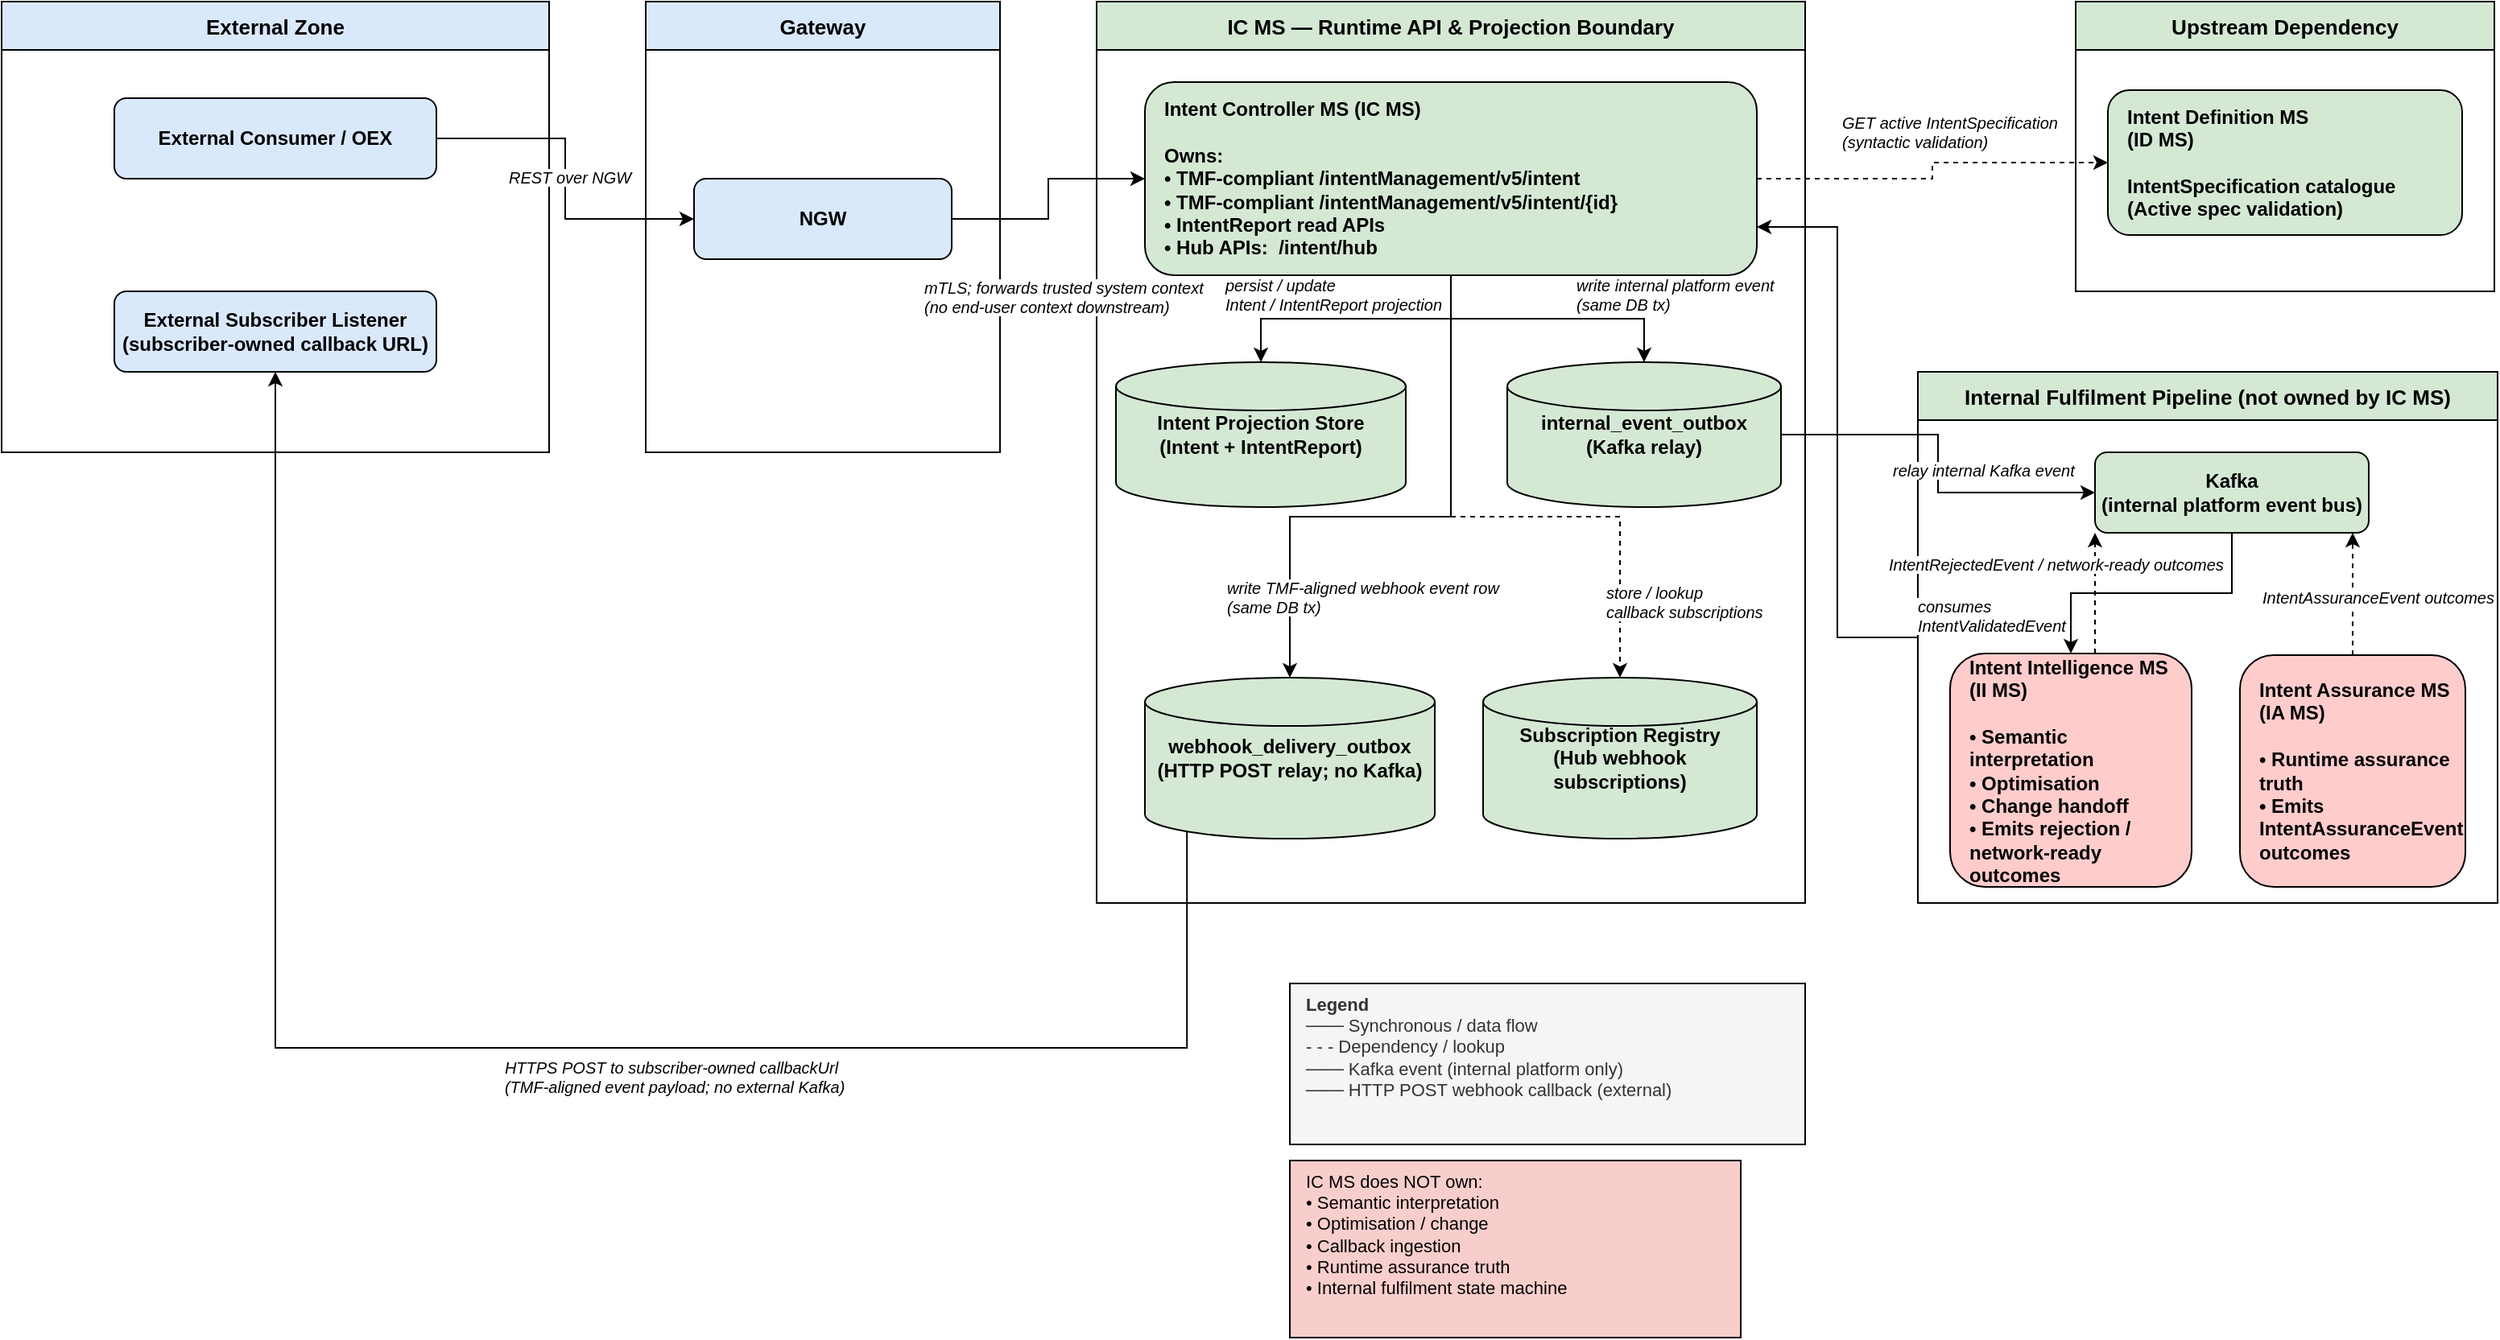
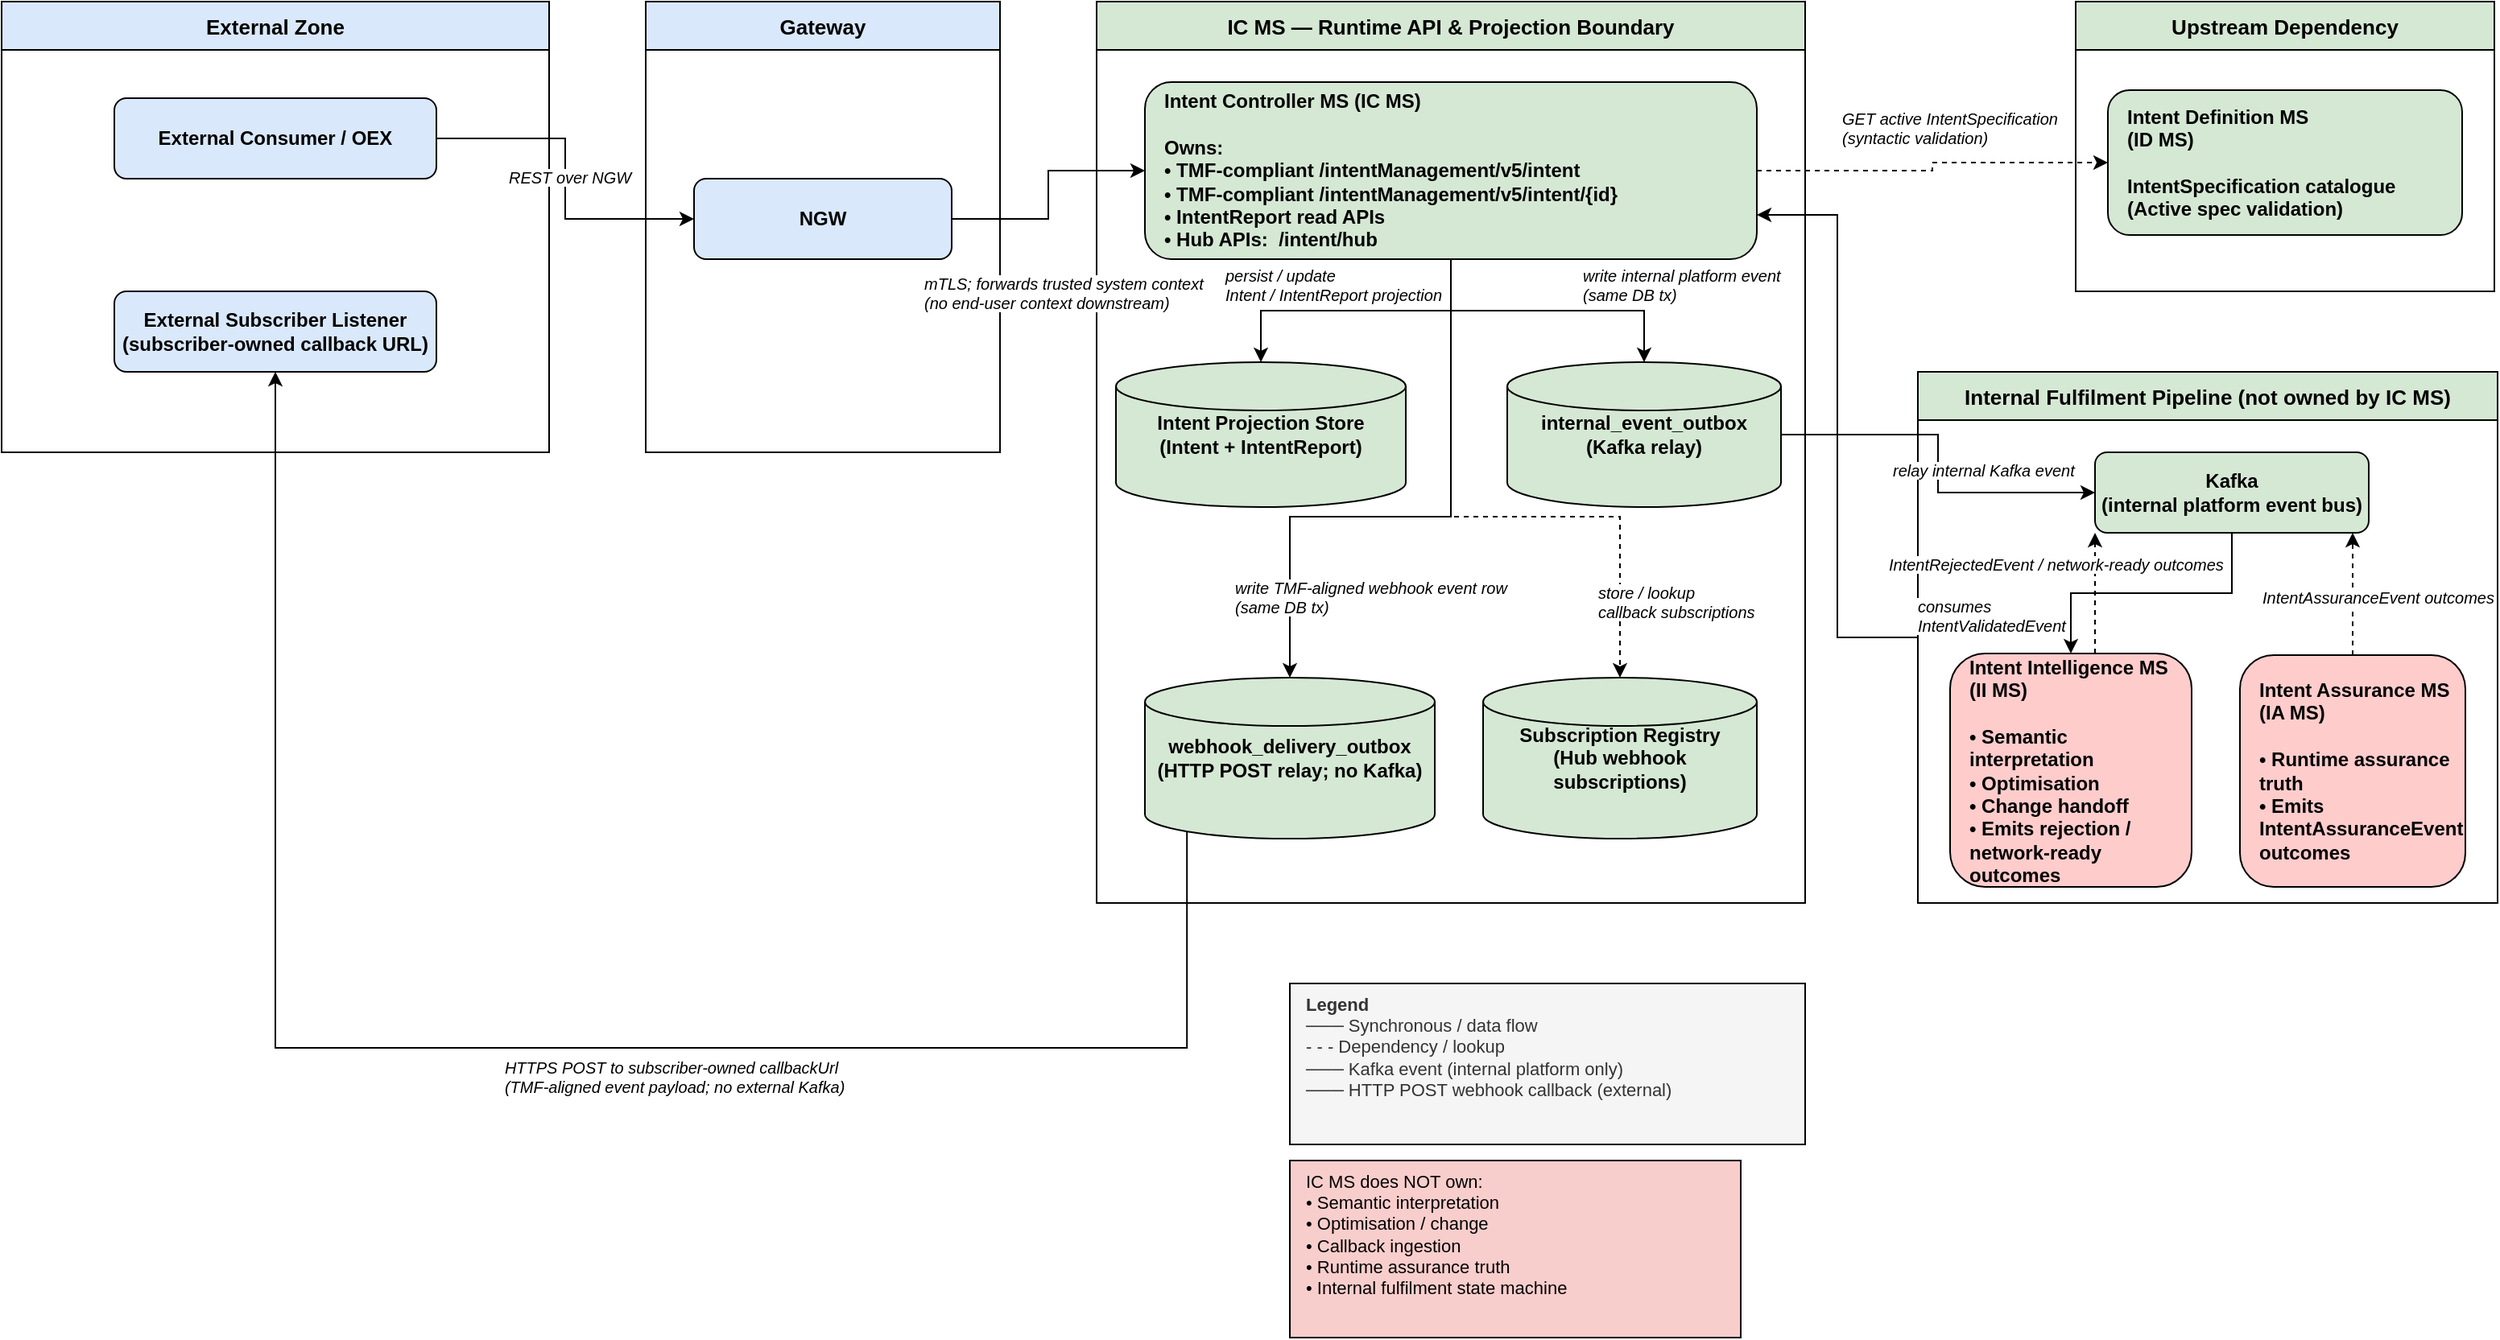
<mxfile host="65bd71144e">
    <diagram name="IC MS - Logical View" id="ic-ms-logical-view">
-         <mxGraphModel dx="978" dy="633" grid="1" gridSize="10" guides="1" tooltips="1" connect="1" arrows="1" fold="1" page="1" pageScale="1" pageWidth="1654" pageHeight="1169" math="0" shadow="0">
+         <mxGraphModel dx="615" dy="633" grid="1" gridSize="10" guides="1" tooltips="1" connect="1" arrows="1" fold="1" page="1" pageScale="1" pageWidth="1654" pageHeight="1169" math="0" shadow="0">
            <root>
                <mxCell id="0"/>
                <mxCell id="1" parent="0"/>
                <mxCell id="zone_external" value="External Zone" style="swimlane;startSize=30;fillColor=#dae8fc;strokeColor=default;fontStyle=1;fontSize=13;horizontal=1;container=0;" parent="1" vertex="1">
                    <mxGeometry x="40" y="40" width="340" height="280" as="geometry"/>
                </mxCell>
                <mxCell id="zone_gateway" value="Gateway" style="swimlane;startSize=30;fillColor=#dae8fc;strokeColor=default;fontStyle=1;fontSize=13;horizontal=1;container=0;" parent="1" vertex="1">
                    <mxGeometry x="440" y="40" width="220" height="280" as="geometry"/>
                </mxCell>
                <mxCell id="zone_icms" value="IC MS — Runtime API &amp; Projection Boundary" style="swimlane;startSize=30;fillColor=#d5e8d4;strokeColor=default;fontStyle=1;fontSize=13;horizontal=1;container=0;" parent="1" vertex="1">
                    <mxGeometry x="720" y="40" width="440" height="560" as="geometry"/>
                </mxCell>
                <mxCell id="zone_idms" value="Upstream Dependency" style="swimlane;startSize=30;fillColor=#d5e8d4;strokeColor=default;fontStyle=1;fontSize=13;horizontal=1;container=0;" parent="1" vertex="1">
                    <mxGeometry x="1328" y="40" width="260" height="180" as="geometry"/>
                </mxCell>
                <mxCell id="0MlcjW0cjBZ2ITzH3IxV-1" style="edgeStyle=orthogonalEdgeStyle;rounded=0;orthogonalLoop=1;jettySize=auto;html=1;entryX=1;entryY=0.75;entryDx=0;entryDy=0;fillColor=#d5e8d4;strokeColor=default;" parent="1" source="zone_internal" target="icms_core" edge="1">
                    <mxGeometry relative="1" as="geometry"/>
                </mxCell>
                <mxCell id="zone_internal" value="Internal Fulfilment Pipeline (not owned by IC MS)" style="swimlane;startSize=30;fillColor=#d5e8d4;strokeColor=default;fontStyle=1;fontSize=13;horizontal=1;container=0;" parent="1" vertex="1">
                    <mxGeometry x="1230" y="270" width="360" height="330" as="geometry"/>
                </mxCell>
                <mxCell id="e1" style="edgeStyle=orthogonalEdgeStyle;rounded=0;" parent="1" source="ext_consumer" target="gateway" edge="1">
                    <mxGeometry relative="1" as="geometry"/>
                </mxCell>
                <mxCell id="e1_lbl" value="REST over NGW" style="edgeLabel;fontSize=10;fontStyle=2;container=0;" parent="e1" connectable="0" vertex="1">
                    <mxGeometry relative="0.5" as="geometry">
                        <mxPoint x="-37" y="-13" as="offset"/>
                    </mxGeometry>
                </mxCell>
                <mxCell id="e2" style="edgeStyle=orthogonalEdgeStyle;rounded=0;" parent="1" source="gateway" target="icms_core" edge="1">
                    <mxGeometry relative="1" as="geometry"/>
                </mxCell>
                <mxCell id="e2_lbl" value="mTLS; forwards trusted system context&#xa;(no end-user context downstream)" style="edgeLabel;fontSize=10;fontStyle=2;container=0;" parent="e2" connectable="0" vertex="1">
                    <mxGeometry relative="0.5" as="geometry">
                        <mxPoint x="-79" y="43" as="offset"/>
                    </mxGeometry>
                </mxCell>
                <mxCell id="e3" style="edgeStyle=orthogonalEdgeStyle;rounded=0;dashed=1;fillColor=#d5e8d4;strokeColor=default;" parent="1" source="icms_core" target="idms" edge="1">
                    <mxGeometry relative="1" as="geometry"/>
                </mxCell>
                <mxCell id="e3_lbl" value="GET active IntentSpecification&#xa;(syntactic validation)" style="edgeLabel;fontSize=10;fontStyle=2;container=0;" parent="e3" connectable="0" vertex="1">
                    <mxGeometry relative="0.5" as="geometry">
                        <mxPoint x="-58" y="-42" as="offset"/>
                    </mxGeometry>
                </mxCell>
                <mxCell id="e4" style="edgeStyle=orthogonalEdgeStyle;rounded=0;fillColor=#d5e8d4;strokeColor=default;" parent="1" source="icms_core" target="intent_store" edge="1">
                    <mxGeometry relative="1" as="geometry"/>
                </mxCell>
                <mxCell id="e4_lbl" value="persist / update&#xa;Intent / IntentReport projection" style="edgeLabel;fontSize=10;fontStyle=2;container=0;" parent="e4" connectable="0" vertex="1">
                    <mxGeometry relative="0.5" as="geometry">
-                         <mxPoint x="-83" y="-33" as="offset"/>
+                         <mxPoint x="-83" y="-34" as="offset"/>
                    </mxGeometry>
                </mxCell>
                <mxCell id="e5" style="edgeStyle=orthogonalEdgeStyle;rounded=0;fillColor=#d5e8d4;strokeColor=default;" parent="1" source="icms_core" target="int_outbox" edge="1">
                    <mxGeometry relative="1" as="geometry"/>
                </mxCell>
                <mxCell id="e5_lbl" value="write internal platform event&#xa;(same DB tx)" style="edgeLabel;fontSize=10;fontStyle=2;container=0;" parent="e5" connectable="0" vertex="1">
                    <mxGeometry relative="0.5" as="geometry">
-                         <mxPoint x="16" y="-33" as="offset"/>
+                         <mxPoint x="20" y="-34" as="offset"/>
                    </mxGeometry>
                </mxCell>
                <mxCell id="e6" style="edgeStyle=orthogonalEdgeStyle;rounded=0;fillColor=#d5e8d4;strokeColor=default;" parent="1" source="int_outbox" target="kafka" edge="1">
                    <mxGeometry relative="1" as="geometry"/>
                </mxCell>
                <mxCell id="e6_lbl" value="relay internal Kafka event" style="edgeLabel;fontSize=10;fontStyle=2;container=0;" parent="e6" connectable="0" vertex="1">
                    <mxGeometry relative="0.5" as="geometry">
                        <mxPoint x="-30" y="-8" as="offset"/>
                    </mxGeometry>
                </mxCell>
                <mxCell id="e7" style="edgeStyle=orthogonalEdgeStyle;rounded=0;fillColor=#d5e8d4;strokeColor=default;" parent="1" source="kafka" target="iims" edge="1">
                    <mxGeometry relative="1" as="geometry"/>
                </mxCell>
                <mxCell id="e7_lbl" value="consumes&#xa;IntentValidatedEvent" style="edgeLabel;fontSize=10;fontStyle=2;container=0;" parent="e7" connectable="0" vertex="1">
                    <mxGeometry relative="0.5" as="geometry">
                        <mxPoint x="-147" y="-4" as="offset"/>
                    </mxGeometry>
                </mxCell>
                <mxCell id="e8" style="edgeStyle=orthogonalEdgeStyle;rounded=0;dashed=1;fillColor=#d5e8d4;strokeColor=default;" parent="1" source="iims" target="kafka" edge="1">
                    <mxGeometry relative="1" as="geometry">
                        <Array as="points">
                            <mxPoint x="1310" y="490"/>
                            <mxPoint x="1380" y="490"/>
                            <mxPoint x="1380" y="360"/>
                        </Array>
                    </mxGeometry>
                </mxCell>
                <mxCell id="e8_lbl" value="IntentRejectedEvent / network-ready outcomes" style="edgeLabel;fontSize=10;fontStyle=2;container=0;" parent="e8" connectable="0" vertex="1">
                    <mxGeometry relative="0.5" as="geometry">
                        <mxPoint x="-130" y="-30" as="offset"/>
                    </mxGeometry>
                </mxCell>
                <mxCell id="e9" style="edgeStyle=orthogonalEdgeStyle;rounded=0;dashed=1;fillColor=#d5e8d4;strokeColor=default;" parent="1" source="iams" target="kafka" edge="1">
                    <mxGeometry relative="1" as="geometry">
                        <Array as="points">
                            <mxPoint x="1450" y="490"/>
                            <mxPoint x="1450" y="360"/>
                        </Array>
                    </mxGeometry>
                </mxCell>
                <mxCell id="e9_lbl" value="IntentAssuranceEvent outcomes" style="edgeLabel;fontSize=10;fontStyle=2;container=0;" parent="e9" connectable="0" vertex="1">
                    <mxGeometry relative="0.5" as="geometry">
                        <mxPoint x="-58" y="-10" as="offset"/>
                    </mxGeometry>
                </mxCell>
                <mxCell id="e11" style="edgeStyle=orthogonalEdgeStyle;rounded=0;fillColor=#d5e8d4;strokeColor=default;" parent="1" source="icms_core" target="webhook_outbox" edge="1">
                    <mxGeometry relative="1" as="geometry">
                        <Array as="points">
                            <mxPoint x="940" y="360"/>
                            <mxPoint x="840" y="360"/>
                        </Array>
                    </mxGeometry>
                </mxCell>
                <mxCell id="e11_lbl" value="write TMF-aligned webhook event row&#xa;(same DB tx)" style="edgeLabel;fontSize=10;fontStyle=2;container=0;" parent="e11" connectable="0" vertex="1">
                    <mxGeometry relative="0.5" as="geometry">
                        <mxPoint x="-116" y="32" as="offset"/>
                    </mxGeometry>
                </mxCell>
                <mxCell id="e12" style="edgeStyle=orthogonalEdgeStyle;rounded=0;strokeColor=default;exitX=0.145;exitY=1;exitDx=0;exitDy=-4.35;exitPerimeter=0;" parent="1" source="webhook_outbox" target="ext_subscriber" edge="1">
                    <mxGeometry relative="1" as="geometry">
                        <Array as="points">
                            <mxPoint x="776" y="690"/>
                            <mxPoint x="210" y="690"/>
                        </Array>
                    </mxGeometry>
                </mxCell>
                <mxCell id="e12_lbl" value="HTTPS POST to subscriber-owned callbackUrl&#xa;(TMF-aligned event payload; no external Kafka)" style="edgeLabel;fontSize=10;fontStyle=2;container=0;" parent="e12" connectable="0" vertex="1">
                    <mxGeometry relative="0.5" as="geometry"/>
                </mxCell>
                <mxCell id="e13" style="edgeStyle=orthogonalEdgeStyle;rounded=0;dashed=1;fillColor=#d5e8d4;strokeColor=default;" parent="1" source="icms_core" target="sub_registry" edge="1">
                    <mxGeometry relative="1" as="geometry">
                        <Array as="points">
                            <mxPoint x="940" y="360"/>
                            <mxPoint x="1045" y="360"/>
                        </Array>
                    </mxGeometry>
                </mxCell>
                <mxCell id="e13_lbl" value="store / lookup&#xa;callback subscriptions" style="edgeLabel;fontSize=10;fontStyle=2;container=0;" parent="e13" connectable="0" vertex="1">
                    <mxGeometry relative="0.5" as="geometry">
                        <mxPoint x="67" y="35" as="offset"/>
                    </mxGeometry>
                </mxCell>
                <mxCell id="legend" value="&lt;b&gt;Legend&lt;/b&gt;&#xa;─── Synchronous / data flow&#xa;- - - Dependency / lookup&#xa;─── Kafka event (internal platform only)&#xa;─── HTTP POST webhook callback (external)" style="text;html=1;strokeColor=default;fillColor=#f5f5f5;align=left;verticalAlign=top;spacingLeft=8;fontSize=11;fontColor=#333333;container=0;" parent="1" vertex="1">
                    <mxGeometry x="840" y="650" width="320" height="100" as="geometry"/>
                </mxCell>
                <mxCell id="not_owned_note" value="IC MS does NOT own:&#xa;• Semantic interpretation&#xa;• Optimisation / change&#xa;• Callback ingestion&#xa;• Runtime assurance truth&#xa;• Internal fulfilment state machine" style="text;html=1;strokeColor=default;fillColor=#f8cecc;align=left;verticalAlign=top;spacingLeft=8;fontSize=11;container=0;" parent="1" vertex="1">
                    <mxGeometry x="840" y="760" width="280" height="110" as="geometry"/>
                </mxCell>
                <mxCell id="ext_consumer" value="External Consumer / OEX" style="rounded=1;whiteSpace=wrap;html=1;fillColor=#dae8fc;strokeColor=default;fontStyle=1;fontSize=12;container=0;" parent="1" vertex="1">
                    <mxGeometry x="110" y="100" width="200" height="50" as="geometry"/>
                </mxCell>
                <mxCell id="ext_subscriber" value="External Subscriber Listener&#xa;(subscriber-owned callback URL)" style="rounded=1;whiteSpace=wrap;html=1;fillColor=#dae8fc;strokeColor=default;fontStyle=1;fontSize=12;container=0;" parent="1" vertex="1">
                    <mxGeometry x="110" y="220" width="200" height="50" as="geometry"/>
                </mxCell>
                <mxCell id="gateway" value="NGW" style="rounded=1;whiteSpace=wrap;html=1;fillColor=#dae8fc;strokeColor=default;fontStyle=1;fontSize=12;container=0;" parent="1" vertex="1">
                    <mxGeometry x="470" y="150" width="160" height="50" as="geometry"/>
                </mxCell>
                <mxCell id="icms_core" value="Intent Controller MS (IC MS)&lt;br&gt;&lt;br&gt;Owns:&lt;br&gt;• TMF-compliant /intentManagement/v5/intent&lt;br&gt;• TMF-compliant /intentManagement/v5/intent/{id}&lt;br&gt;• IntentReport read APIs&lt;br&gt;• Hub APIs:&amp;nbsp; /intent/hub" style="rounded=1;whiteSpace=wrap;html=1;fillColor=#d5e8d4;strokeColor=default;fontStyle=1;fontSize=12;align=left;spacingLeft=10;container=0;" parent="1" vertex="1">
-                     <mxGeometry x="750" y="90" width="380" height="120" as="geometry"/>
+                     <mxGeometry x="750" y="90" width="380" height="110" as="geometry"/>
                </mxCell>
                <mxCell id="intent_store" value="Intent Projection Store&#xa;(Intent + IntentReport)" style="shape=cylinder3;whiteSpace=wrap;html=1;fillColor=#d5e8d4;strokeColor=default;fontStyle=1;fontSize=12;container=0;" parent="1" vertex="1">
                    <mxGeometry x="732" y="264" width="180" height="90" as="geometry"/>
                </mxCell>
                <mxCell id="int_outbox" value="internal_event_outbox&#xa;(Kafka relay)" style="shape=cylinder3;whiteSpace=wrap;html=1;fillColor=#d5e8d4;strokeColor=default;fontStyle=1;fontSize=12;container=0;" parent="1" vertex="1">
                    <mxGeometry x="975" y="264" width="170" height="90" as="geometry"/>
                </mxCell>
                <mxCell id="webhook_outbox" value="webhook_delivery_outbox&#xa;(HTTP POST relay; no Kafka)" style="shape=cylinder3;whiteSpace=wrap;html=1;fillColor=#d5e8d4;strokeColor=default;fontStyle=1;fontSize=12;container=0;" parent="1" vertex="1">
                    <mxGeometry x="750" y="460" width="180" height="100" as="geometry"/>
                </mxCell>
                <mxCell id="sub_registry" value="Subscription Registry&#xa;(Hub webhook subscriptions)" style="shape=cylinder3;whiteSpace=wrap;html=1;fillColor=#d5e8d4;strokeColor=default;fontStyle=1;fontSize=12;container=0;" parent="1" vertex="1">
                    <mxGeometry x="960" y="460" width="170" height="100" as="geometry"/>
                </mxCell>
                <mxCell id="idms" value="Intent Definition MS&#xa;(ID MS)&#xa;&#xa;IntentSpecification catalogue&#xa;(Active spec validation)" style="rounded=1;whiteSpace=wrap;html=1;fillColor=#d5e8d4;strokeColor=default;fontStyle=1;fontSize=12;align=left;spacingLeft=10;container=0;" parent="1" vertex="1">
                    <mxGeometry x="1348" y="95" width="220" height="90" as="geometry"/>
                </mxCell>
                <mxCell id="kafka" value="Kafka&#xa;(internal platform event bus)" style="rounded=1;whiteSpace=wrap;html=1;fillColor=#d5e8d4;strokeColor=default;fontStyle=1;fontSize=12;container=0;" parent="1" vertex="1">
                    <mxGeometry x="1340" y="320" width="170" height="50" as="geometry"/>
                </mxCell>
                <mxCell id="iims" value="Intent Intelligence MS&lt;br&gt;(II MS)&lt;br&gt;&lt;br&gt;• Semantic interpretation&lt;br&gt;• Optimisation&lt;br&gt;• Change handoff&lt;br&gt;• Emits rejection / network-ready outcomes" style="rounded=1;whiteSpace=wrap;html=1;fillColor=#ffcccc;strokeColor=default;fontStyle=1;fontSize=12;align=left;spacingLeft=10;container=0;" parent="1" vertex="1">
                    <mxGeometry x="1250" y="445" width="150" height="145" as="geometry"/>
                </mxCell>
                <mxCell id="iams" value="Intent Assurance MS&#xa;(IA MS)&#xa;&#xa;• Runtime assurance truth&#xa;• Emits IntentAssuranceEvent outcomes" style="rounded=1;whiteSpace=wrap;html=1;fillColor=#ffcccc;strokeColor=default;fontStyle=1;fontSize=12;align=left;spacingLeft=10;container=0;" parent="1" vertex="1">
                    <mxGeometry x="1430" y="446" width="140" height="144" as="geometry"/>
                </mxCell>
            </root>
        </mxGraphModel>
    </diagram>
</mxfile>